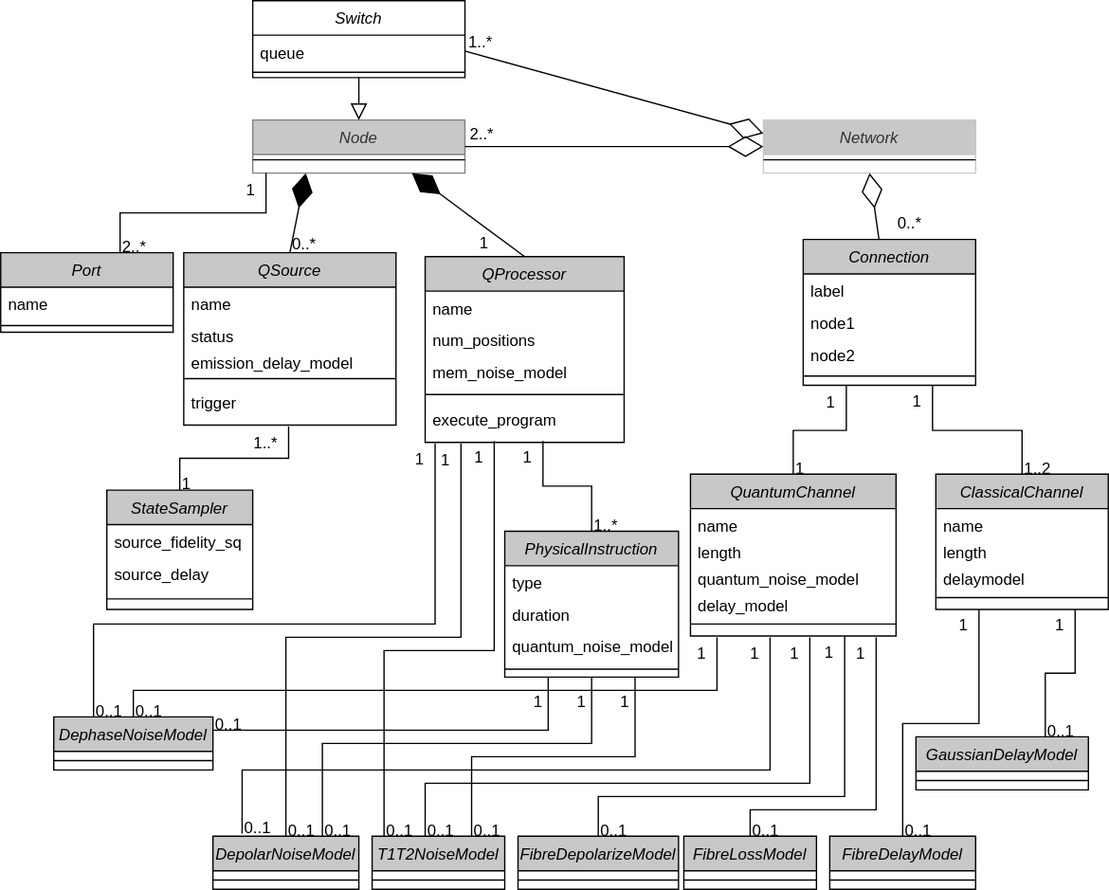
The draw.io diagram Diagramas/Clase/tec-networkclass.svg in davidpcuvigo/quantumcity, before a commit. Source tidied: cells renumbered, new cells last; positions are measured from the earlier drawing's top-left corner, leaving out a move shared by most shapes.
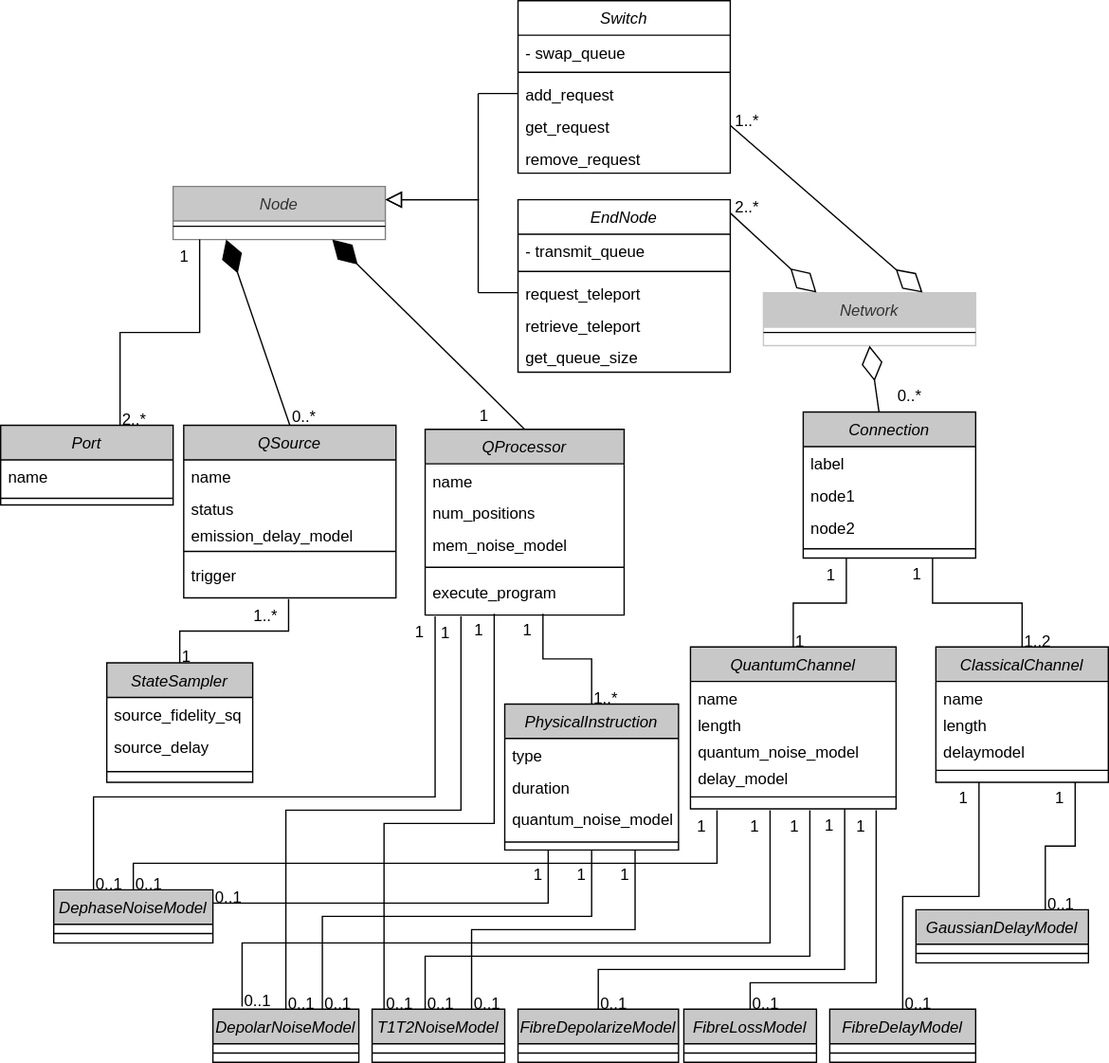
After the commit.

Diff of the diagram source:
```diff
@@ -9,13 +9,15 @@
       <mxGeometry y="26" width="160" height="8" as="geometry" />
     </mxCell>
     <mxCell id="4" value="Node" style="swimlane;fontStyle=2;align=center;verticalAlign=top;horizontal=1;startSize=26;rounded=0;shadow=0;strokeWidth=1;fillColor=#c8c8c8;fontColor=#333333;strokeColor=#808080;" parent="1" vertex="1">
-      <mxGeometry x="190" y="90" width="160" height="40" as="geometry" />
+      <mxGeometry x="130" y="10" width="160" height="40" as="geometry" />
     </mxCell>
     <mxCell id="5" style="line;html=1;strokeWidth=1;align=left;verticalAlign=middle;spacingTop=-1;spacingLeft=3;spacingRight=3;labelPosition=right;" parent="4" vertex="1">
       <mxGeometry y="26" width="160" height="8" as="geometry" />
     </mxCell>
-    <mxCell id="6" style="endArrow=diamondThin;endFill=0;endSize=24;html=1;rounded=0;entryX=0;entryY=0.5;entryDx=0;entryDy=0;exitX=1;exitY=0.5;exitDx=0;exitDy=0;" parent="1" edge="1" source="4" target="2">
-      <mxGeometry relative="1" as="geometry" />
+    <mxCell id="6" style="endArrow=diamondThin;endFill=0;endSize=24;html=1;rounded=0;entryX=0.25;entryY=0;entryDx=0;entryDy=0;" parent="1" edge="1" target="2">
+      <mxGeometry relative="1" as="geometry">
+        <mxPoint x="550" y="30" as="sourcePoint" />
+      </mxGeometry>
     </mxCell>
     <mxCell id="7" value="QSource" style="swimlane;fontStyle=2;align=center;verticalAlign=top;horizontal=1;startSize=26;rounded=0;shadow=0;strokeWidth=1;fillColor=#c8c8c8;" parent="1" vertex="1">
       <mxGeometry x="138" y="190" width="160" height="130" as="geometry" />
@@ -167,7 +169,7 @@
     <mxCell id="50" style="endArrow=none;shadow=0;strokeWidth=1;rounded=0;curved=0;endFill=0;edgeStyle=elbowEdgeStyle;elbow=vertical;exitX=0.5;exitY=0;exitDx=0;exitDy=0;" parent="1" edge="1">
       <mxGeometry x="0.5" y="41" relative="1" as="geometry">
         <mxPoint x="90" y="190" as="sourcePoint" />
-        <mxPoint x="200" y="130" as="targetPoint" />
+        <mxPoint x="150" y="50" as="targetPoint" />
         <mxPoint x="-40" y="32" as="offset" />
       </mxGeometry>
     </mxCell>
@@ -443,8 +445,8 @@
       </mxGeometry>
     </mxCell>
     <mxCell id="109" value="2..*" style="align=left;verticalAlign=bottom;labelBackgroundColor=none;fontSize=12;" parent="1" vertex="1">
-      <mxGeometry x="352" y="103" as="geometry">
-        <mxPoint y="6" as="offset" />
+      <mxGeometry x="619" y="130" as="geometry">
+        <mxPoint x="-67" y="-96" as="offset" />
       </mxGeometry>
     </mxCell>
     <mxCell id="110" style="endArrow=none;shadow=0;strokeWidth=1;rounded=0;curved=0;endFill=0;edgeStyle=elbowEdgeStyle;elbow=vertical;exitX=0.09;exitY=0;exitDx=0;exitDy=0;entryX=0.347;entryY=0.967;entryDx=0;entryDy=0;entryPerimeter=0;exitPerimeter=0;" parent="1" edge="1" source="86" target="18">
@@ -520,24 +522,74 @@
       </mxGeometry>
     </mxCell>
     <mxCell id="122" value="Switch" style="swimlane;fontStyle=2;align=center;verticalAlign=top;horizontal=1;startSize=26;rounded=0;shadow=0;strokeWidth=1;" parent="1" vertex="1">
-      <mxGeometry x="190" width="160" height="58" as="geometry" />
+      <mxGeometry x="390" y="-130" width="160" height="130" as="geometry" />
     </mxCell>
-    <mxCell id="123" value="queue" style="text;align=left;verticalAlign=top;spacingLeft=4;spacingRight=4;overflow=hidden;points=[[0,0.5],[1,0.5]];portConstraint=eastwest;" parent="122" vertex="1">
+    <mxCell id="123" value="- swap_queue" style="text;align=left;verticalAlign=top;spacingLeft=4;spacingRight=4;overflow=hidden;points=[[0,0.5],[1,0.5]];portConstraint=eastwest;" parent="122" vertex="1">
       <mxGeometry y="26" width="160" height="24" as="geometry" />
     </mxCell>
     <mxCell id="124" style="line;html=1;strokeWidth=1;align=left;verticalAlign=middle;spacingTop=-1;spacingLeft=3;spacingRight=3;labelPosition=right;" parent="122" vertex="1">
       <mxGeometry y="50" width="160" height="8" as="geometry" />
     </mxCell>
+    <mxCell id="128" value="add_request" style="text;align=left;verticalAlign=top;spacingLeft=4;spacingRight=4;overflow=hidden;points=[[0,0.5],[1,0.5]];portConstraint=eastwest;" parent="122" vertex="1">
+      <mxGeometry y="58" width="160" height="24" as="geometry" />
+    </mxCell>
+    <mxCell id="129" value="get_request" style="text;align=left;verticalAlign=top;spacingLeft=4;spacingRight=4;overflow=hidden;points=[[0,0.5],[1,0.5]];portConstraint=eastwest;" parent="122" vertex="1">
+      <mxGeometry y="82" width="160" height="24" as="geometry" />
+    </mxCell>
+    <mxCell id="130" value="remove_request" style="text;align=left;verticalAlign=top;spacingLeft=4;spacingRight=4;overflow=hidden;" parent="122" vertex="1">
+      <mxGeometry y="106" width="160" height="24" as="geometry" />
+    </mxCell>
-    <mxCell id="125" style="endArrow=diamondThin;endFill=0;endSize=24;html=1;rounded=0;entryX=0;entryY=0.25;entryDx=0;entryDy=0;exitX=1;exitY=0.5;exitDx=0;exitDy=0;" parent="1" edge="1" source="123" target="2">
+    <mxCell id="125" style="endArrow=diamondThin;endFill=0;endSize=24;html=1;rounded=0;entryX=0.75;entryY=0;entryDx=0;entryDy=0;exitX=1;exitY=0.5;exitDx=0;exitDy=0;" parent="1" edge="1" source="129" target="2">
       <mxGeometry relative="1" as="geometry" />
     </mxCell>
     <mxCell id="126" value="1..*" style="align=left;verticalAlign=bottom;labelBackgroundColor=none;fontSize=12;" parent="1" vertex="1">
       <mxGeometry x="351" y="34" as="geometry">
-        <mxPoint y="6" as="offset" />
+        <mxPoint x="201" y="-65" as="offset" />
       </mxGeometry>
     </mxCell>
-    <mxCell id="127" style="endArrow=block;endSize=10;endFill=0;shadow=0;strokeWidth=1;rounded=0;curved=0;edgeStyle=elbowEdgeStyle;elbow=vertical;exitX=0.5;exitY=1;exitDx=0;exitDy=0;entryX=0.5;entryY=0;entryDx=0;entryDy=0;" parent="1" edge="1" source="122" target="4">
-      <mxGeometry relative="1" as="geometry" />
-    </mxCell>
+    <mxCell id="131" value="EndNode" style="swimlane;fontStyle=2;align=center;verticalAlign=top;horizontal=1;startSize=26;rounded=0;shadow=0;strokeWidth=1;" parent="1" vertex="1">
+      <mxGeometry x="390" y="20" width="160" height="130" as="geometry" />
+    </mxCell>
+    <mxCell id="132" value="- transmit_queue" style="text;align=left;verticalAlign=top;spacingLeft=4;spacingRight=4;overflow=hidden;" parent="131" vertex="1">
+      <mxGeometry y="26" width="160" height="24" as="geometry" />
+    </mxCell>
+    <mxCell id="133" style="line;html=1;strokeWidth=1;align=left;verticalAlign=middle;spacingTop=-1;spacingLeft=3;spacingRight=3;labelPosition=right;" parent="131" vertex="1">
+      <mxGeometry y="50" width="160" height="8" as="geometry" />
+    </mxCell>
+    <mxCell id="134" value="request_teleport" style="text;align=left;verticalAlign=top;spacingLeft=4;spacingRight=4;overflow=hidden;points=[[0,0.5],[1,0.5]];portConstraint=eastwest;" parent="131" vertex="1">
+      <mxGeometry y="58" width="160" height="24" as="geometry" />
+    </mxCell>
+    <mxCell id="135" value="retrieve_teleport" style="text;align=left;verticalAlign=top;spacingLeft=4;spacingRight=4;overflow=hidden;" parent="131" vertex="1">
+      <mxGeometry y="82" width="160" height="24" as="geometry" />
+    </mxCell>
+    <mxCell id="136" value="get_queue_size" style="text;align=left;verticalAlign=top;spacingLeft=4;spacingRight=4;overflow=hidden;" parent="131" vertex="1">
+      <mxGeometry y="106" width="160" height="24" as="geometry" />
+    </mxCell>
+    <mxCell id="137" style="endArrow=block;endSize=10;endFill=0;shadow=0;strokeWidth=1;rounded=0;curved=0;edgeStyle=elbowEdgeStyle;elbow=vertical;entryX=1;entryY=0.25;entryDx=0;entryDy=0;" parent="1" edge="1" target="4">
+      <mxGeometry relative="1" as="geometry">
+        <mxPoint x="360" y="-60" as="sourcePoint" />
+        <Array as="points">
+          <mxPoint x="360" y="20" />
+        </Array>
+      </mxGeometry>
+    </mxCell>
+    <mxCell id="138" style="endArrow=block;endSize=10;endFill=0;shadow=0;strokeWidth=1;rounded=0;curved=0;edgeStyle=elbowEdgeStyle;elbow=vertical;entryX=1;entryY=0.25;entryDx=0;entryDy=0;" parent="1" edge="1" target="4">
+      <mxGeometry relative="1" as="geometry">
+        <mxPoint x="360" y="90" as="sourcePoint" />
+        <Array as="points">
+          <mxPoint x="330" y="20" />
+        </Array>
+      </mxGeometry>
+    </mxCell>
+    <mxCell id="139" style="endArrow=none;html=1;rounded=0;entryX=0;entryY=0.5;entryDx=0;entryDy=0;" parent="1" edge="1" target="128">
+      <mxGeometry relative="1" as="geometry">
+        <mxPoint x="360" y="-60" as="sourcePoint" />
+      </mxGeometry>
+    </mxCell>
+    <mxCell id="140" style="endArrow=none;html=1;rounded=0;entryX=0;entryY=0.5;entryDx=0;entryDy=0;" parent="1" edge="1" target="134">
+      <mxGeometry relative="1" as="geometry">
+        <mxPoint x="360" y="90" as="sourcePoint" />
+      </mxGeometry>
+    </mxCell>
   </root>
 </mxGraphModel>
```
